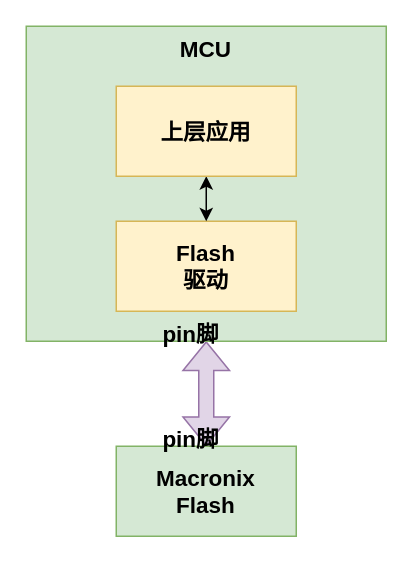
Above: 驱动在工程中的位置.drawio in whitebkues1/ppt (draw.io), before the change. Source tidied: cells renumbered, new cells numbered last; positions are measured from the earlier drawing's top-left corner, leaving out a move shared by most shapes. Both pictures are drawn from the tidied source at 150%, with x=0, y=0 at pixel (26, 26).
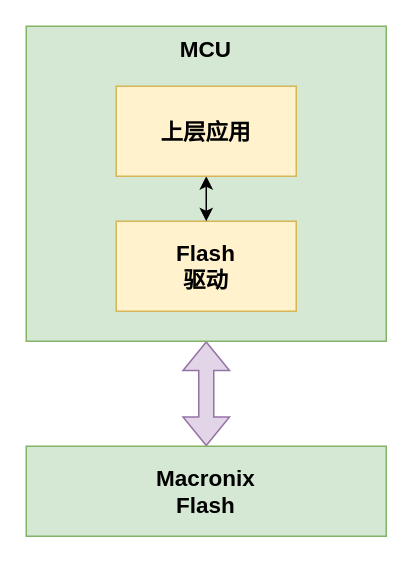
Above is the later version.

What changed in the source:
```diff
@@
 <mxGraphModel>
   <root>
     <mxCell id="0" />
     <mxCell id="1" parent="0" />
     <mxCell id="2" style="edgeStyle=orthogonalEdgeStyle;rounded=0;jettySize=auto;html=1;exitX=0.5;exitY=1;exitDx=0;exitDy=0;entryX=0.5;entryY=0;entryDx=0;entryDy=0;shape=flexArrow;startArrow=block;fontSize=15;fontStyle=1;fillColor=#e1d5e7;strokeColor=#9673a6;" parent="1" edge="1" source="3" target="5">
       <mxGeometry relative="1" as="geometry" />
     </mxCell>
     <mxCell id="3" value="MCU" style="rounded=0;whiteSpace=wrap;html=1;fillColor=#d5e8d4;strokeColor=#82b366;verticalAlign=top;fontSize=15;fontStyle=1;" parent="1" vertex="1">
       <mxGeometry width="240" height="210" as="geometry" />
     </mxCell>
     <mxCell id="4" value="Flash&lt;div style=&quot;font-size: 15px;&quot;&gt;驱动&lt;/div&gt;" style="rounded=0;whiteSpace=wrap;html=1;fillColor=#fff2cc;strokeColor=#d6b656;fontSize=15;fontStyle=1;" parent="1" vertex="1">
       <mxGeometry x="60" y="130" width="120" height="60" as="geometry" />
     </mxCell>
     <mxCell id="5" value="&lt;div style=&quot;font-size: 15px;&quot;&gt;Macronix&lt;/div&gt;Flash" style="rounded=0;whiteSpace=wrap;html=1;fillColor=#d5e8d4;strokeColor=#82b366;fontSize=15;fontStyle=1;" parent="1" vertex="1">
-      <mxGeometry x="60" y="280" width="120" height="60" as="geometry" />
+      <mxGeometry y="280" width="240" height="60" as="geometry" />
     </mxCell>
-    <mxCell id="6" value="&lt;font style=&quot;font-size: 15px;&quot;&gt;&lt;b&gt;pin脚&lt;/b&gt;&lt;/font&gt;" style="text;html=1;align=center;verticalAlign=middle;whiteSpace=wrap;rounded=0;" parent="1" vertex="1">
-      <mxGeometry x="80" y="190" width="60" height="30" as="geometry" />
-    </mxCell>
-    <mxCell id="7" value="&lt;font style=&quot;font-size: 15px;&quot;&gt;&lt;b&gt;pin脚&lt;/b&gt;&lt;/font&gt;" style="text;html=1;align=center;verticalAlign=middle;whiteSpace=wrap;rounded=0;" parent="1" vertex="1">
-      <mxGeometry x="80" y="260" width="60" height="30" as="geometry" />
-    </mxCell>
     <mxCell id="8" style="edgeStyle=orthogonalEdgeStyle;rounded=0;jettySize=auto;html=1;exitX=0.5;exitY=1;exitDx=0;exitDy=0;entryX=0.5;entryY=0;entryDx=0;entryDy=0;startArrow=classic;startFill=1;" parent="1" edge="1" source="9" target="4">
       <mxGeometry relative="1" as="geometry" />
     </mxCell>
     <mxCell id="9" value="上层应用" style="rounded=0;whiteSpace=wrap;html=1;fillColor=#fff2cc;strokeColor=#d6b656;fontSize=15;fontStyle=1;" parent="1" vertex="1">
       <mxGeometry x="60" y="40" width="120" height="60" as="geometry" />
     </mxCell>
   </root>
 </mxGraphModel>
```
